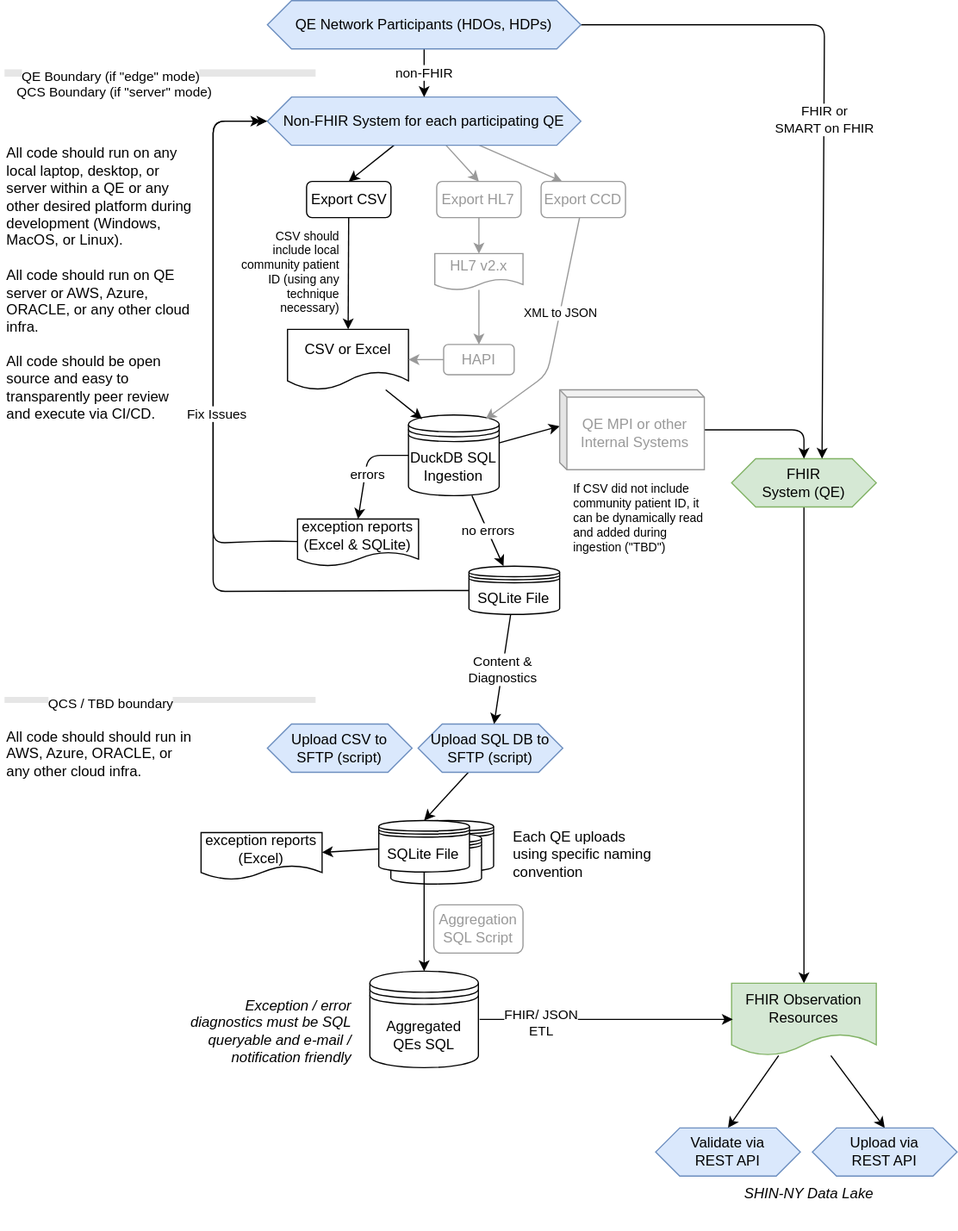
This is support/docs/architecture.drawio.svg from qe-collaborative-services/1115-hub, a draw.io export, as it was before one commit. Source tidied: cells renumbered, new cells last; positions are measured from the earlier drawing's top-left corner, leaving out a move shared by most shapes.
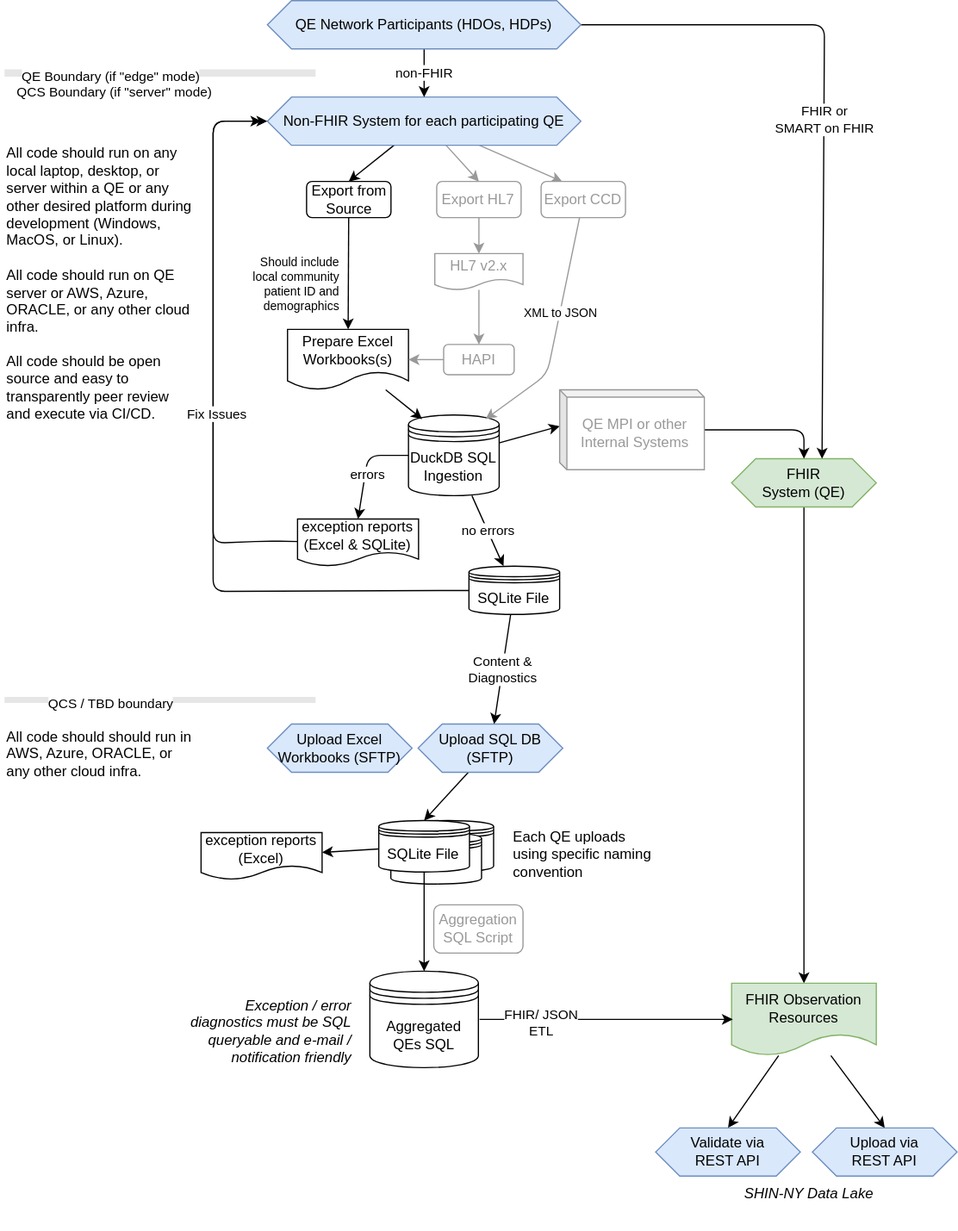
Later version of the same file.

Commit message:
feat: introduce Excel synthetic data and rules

The edit, as a diff of the source:
```diff
@@ -47,7 +47,7 @@
     <mxCell id="15" style="edgeStyle=none;html=1;fontColor=#999999;" parent="1" edge="1" source="16" target="22">
       <mxGeometry relative="1" as="geometry" />
     </mxCell>
-    <mxCell id="16" value="Export CSV" style="rounded=1;whiteSpace=wrap;html=1;" parent="1" vertex="1">
+    <mxCell id="16" value="Export from Source" style="rounded=1;whiteSpace=wrap;html=1;" parent="1" vertex="1">
       <mxGeometry x="250.5" y="150" width="70" height="30" as="geometry" />
     </mxCell>
     <mxCell id="17" style="edgeStyle=none;html=1;exitX=0.5;exitY=1;exitDx=0;exitDy=0;entryX=0.5;entryY=0;entryDx=0;entryDy=0;fontColor=#999999;strokeColor=#999999;" parent="1" edge="1" source="18" target="23">
@@ -59,13 +59,13 @@
     <mxCell id="19" style="edgeStyle=none;html=1;entryX=0.5;entryY=0;entryDx=0;entryDy=0;fontColor=#000000;" parent="1" edge="1" source="20" target="42">
       <mxGeometry relative="1" as="geometry" />
     </mxCell>
-    <mxCell id="20" value="Upload SQL DB to SFTP (script)" style="shape=hexagon;perimeter=hexagonPerimeter2;whiteSpace=wrap;html=1;fixedSize=1;fillColor=#dae8fc;strokeColor=#6c8ebf;" parent="1" vertex="1">
+    <mxCell id="20" value="Upload SQL DB&lt;br&gt;(SFTP)" style="shape=hexagon;perimeter=hexagonPerimeter2;whiteSpace=wrap;html=1;fixedSize=1;fillColor=#dae8fc;strokeColor=#6c8ebf;" parent="1" vertex="1">
       <mxGeometry x="343" y="600" width="120" height="40" as="geometry" />
     </mxCell>
     <mxCell id="21" value="Validate via&lt;br&gt;REST API" style="shape=hexagon;perimeter=hexagonPerimeter2;whiteSpace=wrap;html=1;fixedSize=1;fillColor=#dae8fc;strokeColor=#6c8ebf;" parent="1" vertex="1">
       <mxGeometry x="540" y="935" width="120" height="40" as="geometry" />
     </mxCell>
-    <mxCell id="22" value="CSV or Excel" style="shape=document;whiteSpace=wrap;html=1;boundedLbl=1;" parent="1" vertex="1">
+    <mxCell id="22" value="Prepare Excel Workbooks(s)" style="shape=document;whiteSpace=wrap;html=1;boundedLbl=1;" parent="1" vertex="1">
       <mxGeometry x="234.7" y="272.7" width="100.3" height="50.1" as="geometry" />
     </mxCell>
     <mxCell id="23" value="HL7 v2.x" style="shape=document;whiteSpace=wrap;html=1;boundedLbl=1;fontColor=#999999;strokeColor=#999999;" parent="1" vertex="1">
@@ -223,16 +223,13 @@
     <mxCell id="61" value="Export CCD" style="rounded=1;whiteSpace=wrap;html=1;fontColor=#999999;strokeColor=#999999;" parent="1" vertex="1">
       <mxGeometry x="445" y="150" width="70" height="30" as="geometry" />
     </mxCell>
-    <mxCell id="62" value="CSV should include local community patient ID (using any technique necessary)" style="text;html=1;strokeColor=none;fillColor=none;align=right;verticalAlign=middle;whiteSpace=wrap;rounded=0;fontColor=#000000;fontSize=10;" parent="1" vertex="1">
-      <mxGeometry x="193" y="185.1" width="87" height="79.7" as="geometry" />
+    <mxCell id="62" value="Should include local community patient ID and demographics" style="text;html=1;strokeColor=none;fillColor=none;align=right;verticalAlign=middle;whiteSpace=wrap;rounded=0;fontColor=#000000;fontSize=10;" parent="1" vertex="1">
+      <mxGeometry x="193" y="195.2" width="87" height="79.7" as="geometry" />
     </mxCell>
-    <mxCell id="63" value="If CSV did not include community patient ID, it can be dynamically read and added during ingestion (&quot;TBD&quot;)" style="text;html=1;strokeColor=none;fillColor=none;align=left;verticalAlign=middle;whiteSpace=wrap;rounded=0;fontColor=#000000;fontSize=10;" parent="1" vertex="1">
-      <mxGeometry x="470" y="389.4" width="110" height="79.7" as="geometry" />
-    </mxCell>
     <mxCell id="64" value="&lt;span style=&quot;&quot;&gt;SHIN-NY Data Lake&lt;/span&gt;" style="text;html=1;strokeColor=none;fillColor=none;align=right;verticalAlign=middle;whiteSpace=wrap;rounded=0;fontStyle=2;" parent="1" vertex="1">
       <mxGeometry x="570" y="960" width="153" height="60" as="geometry" />
     </mxCell>
-    <mxCell id="65" value="Upload CSV to&lt;br&gt;SFTP (script)" style="shape=hexagon;perimeter=hexagonPerimeter2;whiteSpace=wrap;html=1;fixedSize=1;fillColor=#dae8fc;strokeColor=#6c8ebf;" parent="1" vertex="1">
+    <mxCell id="65" value="Upload Excel Workbooks (SFTP)" style="shape=hexagon;perimeter=hexagonPerimeter2;whiteSpace=wrap;html=1;fixedSize=1;fillColor=#dae8fc;strokeColor=#6c8ebf;" parent="1" vertex="1">
       <mxGeometry x="218" y="600" width="120" height="40" as="geometry" />
     </mxCell>
     <mxCell id="66" value="QCS Boundary (if &quot;server&quot; mode)" style="edgeLabel;html=1;align=center;verticalAlign=middle;fontColor=#000000;" parent="1" vertex="1">
```
